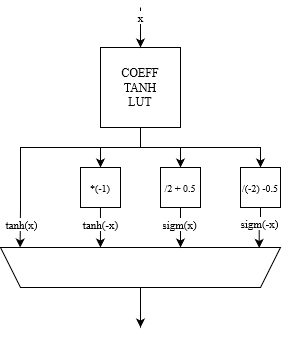
Before: slides/images/ACTU_alpha.drawio.png, a diagram exported from draw.io (AlessandroVaraldi/LSTM_ACCELERATOR). Source tidied: cells renumbered, new cells last; positions are measured from the earlier drawing's top-left corner, leaving out a move shared by most shapes.
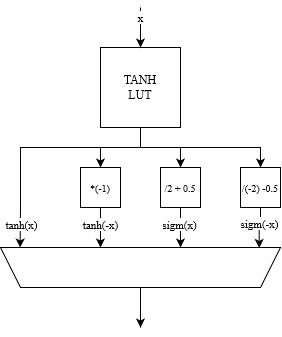
Later version of the same file.

The edit, as a diff of the source:
```diff
@@ -30,7 +30,7 @@
         <mxPoint y="7" as="offset" />
       </mxGeometry>
     </mxCell>
-    <mxCell id="7" value="&lt;div&gt;COEFF&lt;/div&gt;&lt;div&gt;TANH&lt;/div&gt;&lt;div&gt;LUT&lt;/div&gt;" style="whiteSpace=wrap;html=1;" parent="1" vertex="1">
+    <mxCell id="7" value="&lt;div&gt;TANH&lt;/div&gt;&lt;div&gt;LUT&lt;/div&gt;" style="whiteSpace=wrap;html=1;" parent="1" vertex="1">
       <mxGeometry x="100" y="40" width="80" height="80" as="geometry" />
     </mxCell>
     <mxCell id="8" style="edgeStyle=orthogonalEdgeStyle;rounded=0;jettySize=auto;html=1;" parent="1" edge="1" source="9">
```
